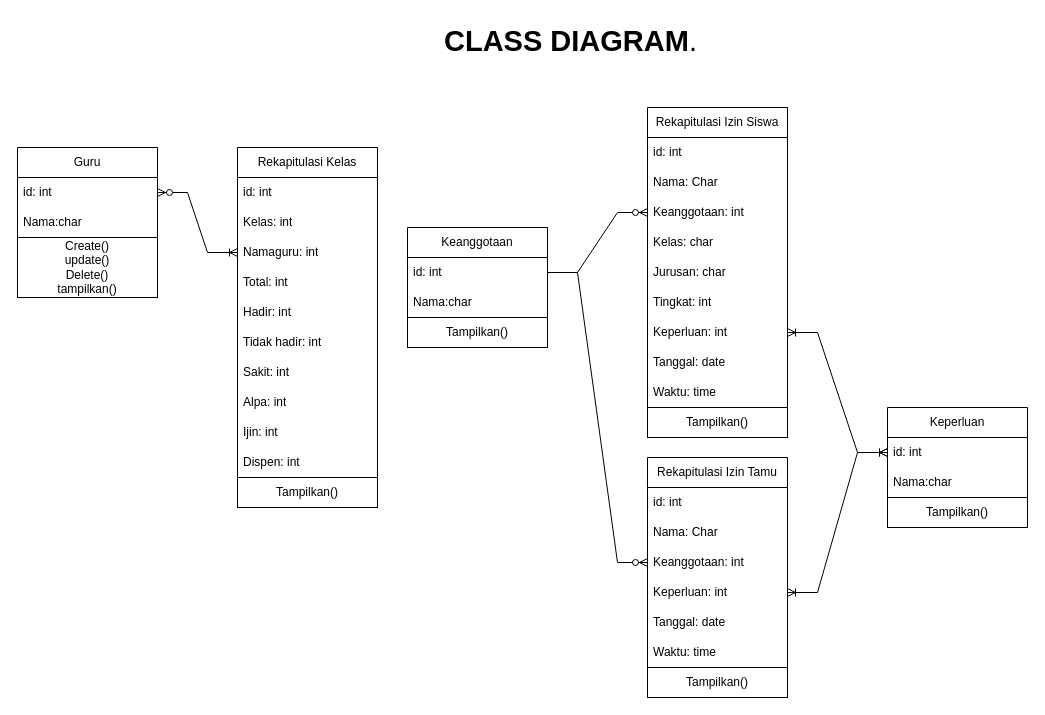
EgaSuzana/Presensi_mapel keeps this draw.io diagram as page "Page-3" (3 of 3) of presensi mapel.drawio. Above is the earlier version. Source tidied: cells renumbered, new cells numbered last; positions are measured from the earlier drawing's top-left corner, leaving out a move shared by most shapes. Both pictures are drawn from the tidied source at 100%, with x=0, y=0 at pixel (17, 17).
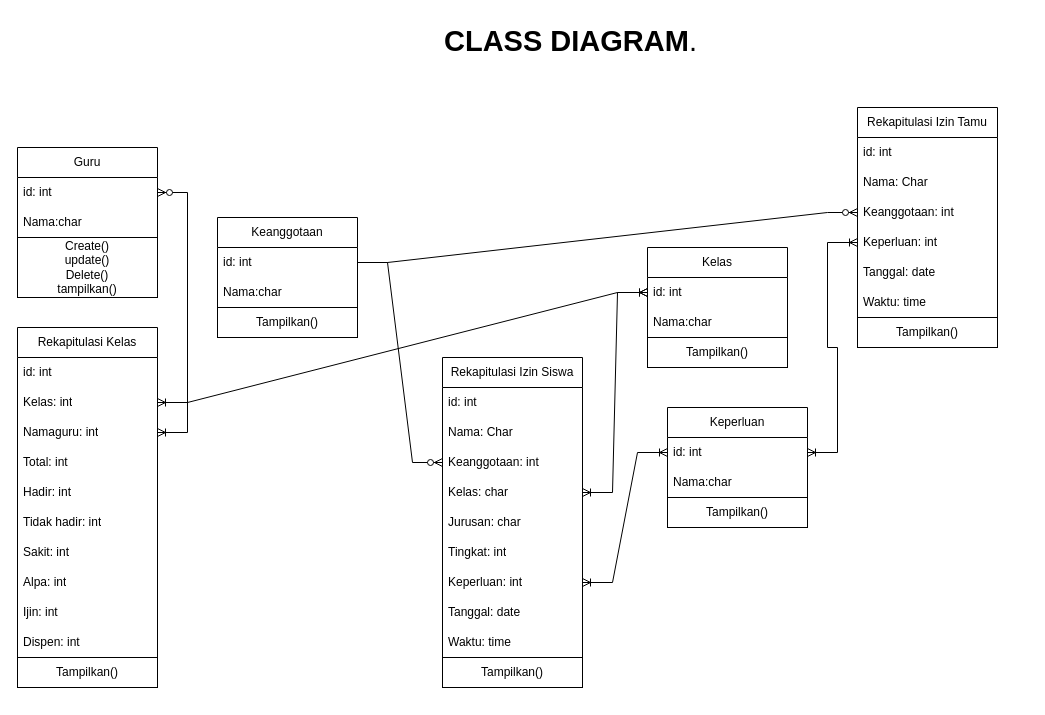
The same page after the edit.

The change refers to these unchanged cells:
```xml
<mxCell id="3" value="id: int" style="text;strokeColor=none;fillColor=none;align=left;verticalAlign=middle;spacingLeft=4;spacingRight=4;overflow=hidden;points=[[0,0.5],[1,0.5]];portConstraint=eastwest;whiteSpace=wrap;html=1;" parent="2" vertex="1">
  <mxGeometry y="30" width="140" height="30" as="geometry" />
</mxCell>
<mxCell id="8" value="Kelas: int" style="text;strokeColor=none;fillColor=none;align=left;verticalAlign=middle;spacingLeft=4;spacingRight=4;overflow=hidden;points=[[0,0.5],[1,0.5]];portConstraint=eastwest;whiteSpace=wrap;html=1;" parent="6" vertex="1">
  <mxGeometry y="60" width="140" height="30" as="geometry" />
</mxCell>
<mxCell id="9" value="Namaguru: int" style="text;strokeColor=none;fillColor=none;align=left;verticalAlign=middle;spacingLeft=4;spacingRight=4;overflow=hidden;points=[[0,0.5],[1,0.5]];portConstraint=eastwest;whiteSpace=wrap;html=1;" parent="6" vertex="1">
  <mxGeometry y="90" width="140" height="30" as="geometry" />
</mxCell>
<mxCell id="22" value="Kelas: char" style="text;strokeColor=none;fillColor=none;align=left;verticalAlign=middle;spacingLeft=4;spacingRight=4;overflow=hidden;points=[[0,0.5],[1,0.5]];portConstraint=eastwest;whiteSpace=wrap;html=1;" parent="18" vertex="1">
  <mxGeometry y="120" width="140" height="30" as="geometry" />
</mxCell>
```

Diff of the diagram source:
```diff
@@
     <mxCell id="6" value="Rekapitulasi Kelas" style="swimlane;fontStyle=0;horizontal=1;startSize=30;whiteSpace=wrap;html=1;" parent="1" vertex="1">
-      <mxGeometry x="220" y="130" width="140" height="360" as="geometry" />
+      <mxGeometry y="310" width="140" height="360" as="geometry" />
     </mxCell>
@@
     <mxCell id="18" value="Rekapitulasi Izin Siswa" style="swimlane;fontStyle=0;horizontal=1;startSize=30;whiteSpace=wrap;html=1;" parent="1" vertex="1">
-      <mxGeometry x="630" y="90" width="140" height="330" as="geometry" />
+      <mxGeometry x="425" y="340" width="140" height="330" as="geometry" />
     </mxCell>
@@
     <mxCell id="29" value="Rekapitulasi Izin Tamu" style="swimlane;fontStyle=0;horizontal=1;startSize=30;whiteSpace=wrap;html=1;" parent="1" vertex="1">
-      <mxGeometry x="630" y="440" width="140" height="240" as="geometry" />
+      <mxGeometry x="840" y="90" width="140" height="240" as="geometry" />
     </mxCell>
@@
     <mxCell id="37" value="Keperluan" style="swimlane;fontStyle=0;horizontal=1;startSize=30;whiteSpace=wrap;html=1;" parent="1" vertex="1">
-      <mxGeometry x="870" y="390" width="140" height="120" as="geometry" />
+      <mxGeometry x="650" y="390" width="140" height="120" as="geometry" />
     </mxCell>
@@
     <mxCell id="41" value="Keanggotaan" style="swimlane;fontStyle=0;horizontal=1;startSize=30;whiteSpace=wrap;html=1;" parent="1" vertex="1">
-      <mxGeometry x="390" y="210" width="140" height="120" as="geometry" />
+      <mxGeometry x="200" y="200" width="140" height="120" as="geometry" />
     </mxCell>
@@
-    <mxCell id="48" style="edgeStyle=entityRelationEdgeStyle;fontSize=12;html=1;endArrow=ERoneToMany;startArrow=ERzeroToMany;rounded=0;entryX=0;entryY=0.5;entryDx=0;entryDy=0;" parent="1" edge="1" source="3" target="9">
+    <mxCell id="48" style="edgeStyle=entityRelationEdgeStyle;fontSize=12;html=1;endArrow=ERoneToMany;startArrow=ERzeroToMany;rounded=0;" parent="1" edge="1" source="3" target="9">
       <mxGeometry relative="1" as="geometry" />
     </mxCell>
@@
+    <mxCell id="51" value="Kelas" style="swimlane;fontStyle=0;horizontal=1;startSize=30;whiteSpace=wrap;html=1;" parent="1" vertex="1">
+      <mxGeometry x="630" y="230" width="140" height="120" as="geometry" />
+    </mxCell>
+    <mxCell id="52" value="id: int" style="text;strokeColor=none;fillColor=none;align=left;verticalAlign=middle;spacingLeft=4;spacingRight=4;overflow=hidden;points=[[0,0.5],[1,0.5]];portConstraint=eastwest;whiteSpace=wrap;html=1;" parent="51" vertex="1">
+      <mxGeometry y="30" width="140" height="30" as="geometry" />
+    </mxCell>
+    <mxCell id="53" value="Nama:char" style="text;strokeColor=none;fillColor=none;align=left;verticalAlign=middle;spacingLeft=4;spacingRight=4;overflow=hidden;whiteSpace=wrap;html=1;" parent="51" vertex="1">
+      <mxGeometry y="60" width="140" height="30" as="geometry" />
+    </mxCell>
+    <mxCell id="54" value="Tampilkan()" style="rounded=0;whiteSpace=wrap;html=1;" parent="51" vertex="1">
+      <mxGeometry y="90" width="140" height="30" as="geometry" />
+    </mxCell>
+    <mxCell id="55" style="edgeStyle=entityRelationEdgeStyle;fontSize=12;html=1;endArrow=ERoneToMany;startArrow=ERoneToMany;rounded=0;entryX=0;entryY=0.5;entryDx=0;entryDy=0;exitX=1;exitY=0.5;exitDx=0;exitDy=0;" parent="1" edge="1" source="22" target="52">
+      <mxGeometry relative="1" as="geometry" />
+    </mxCell>
+    <mxCell id="56" style="edgeStyle=entityRelationEdgeStyle;fontSize=12;html=1;endArrow=ERoneToMany;startArrow=ERoneToMany;rounded=0;exitX=1;exitY=0.5;exitDx=0;exitDy=0;entryX=0;entryY=0.5;entryDx=0;entryDy=0;" parent="1" edge="1" source="8" target="52">
+      <mxGeometry relative="1" as="geometry">
+        <Array as="points">
+          <mxPoint x="600" y="375" />
+        </Array>
+      </mxGeometry>
+    </mxCell>
```
